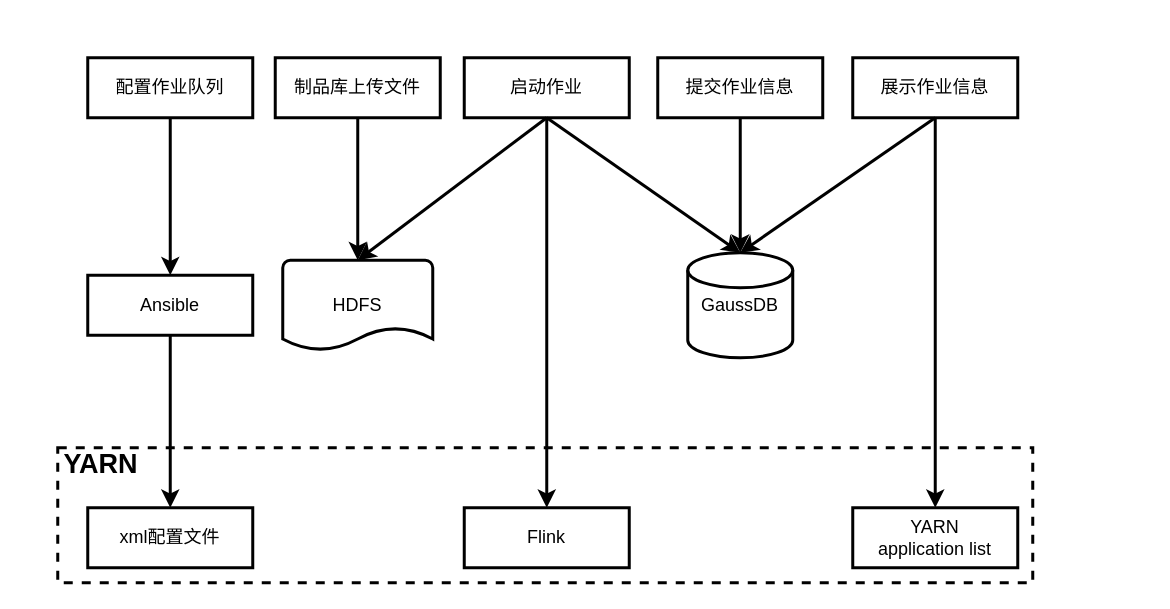
Above: DetailDesign.drawio in Janxun/graph (draw.io), before the change. Source tidied: cells renumbered, new cells numbered last; positions are measured from the earlier drawing's top-left corner, leaving out a move shared by most shapes. Both pictures are drawn from the tidied source at 150%, with x=0, y=0 at pixel (56, 57).
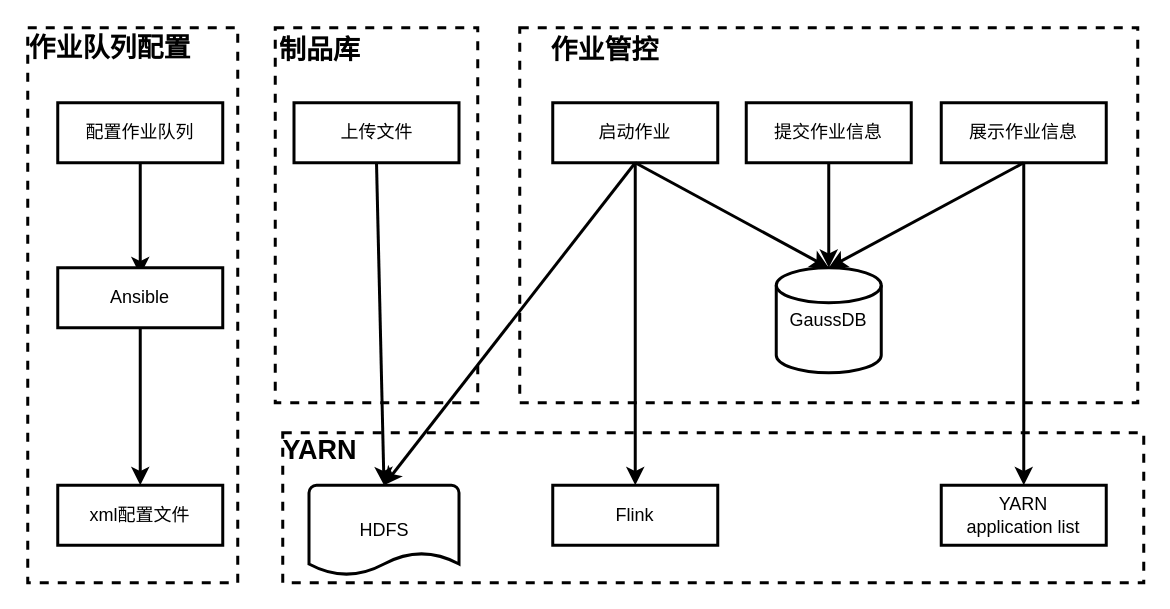
The same diagram, later.

Diff of the diagram source:
```diff
@@
+    <mxCell id="24" style="rounded=0;whiteSpace=wrap;html=1;dashed=1;strokeWidth=2;align=left;" parent="1" vertex="1">
+      <mxGeometry x="151" y="250" width="574" height="100" as="geometry" />
+    </mxCell>
+    <mxCell id="25" style="rounded=0;whiteSpace=wrap;html=1;dashed=1;strokeWidth=2;align=left;" parent="1" vertex="1">
+      <mxGeometry x="309" y="-20" width="412" height="250" as="geometry" />
+    </mxCell>
+    <mxCell id="8" style="rounded=0;whiteSpace=wrap;html=1;dashed=1;strokeWidth=2;align=left;" parent="1" vertex="1">
+      <mxGeometry x="146" y="-20" width="135" height="250" as="geometry" />
+    </mxCell>
+    <mxCell id="26" style="rounded=0;whiteSpace=wrap;html=1;dashed=1;strokeWidth=2;" parent="1" vertex="1">
+      <mxGeometry x="-19" y="-20" width="140" height="370" as="geometry" />
+    </mxCell>
     <mxCell id="2" value="提交作业信息" style="rounded=0;whiteSpace=wrap;html=1;strokeWidth=2;" parent="1" vertex="1">
-      <mxGeometry x="401" width="110" height="40" as="geometry" />
+      <mxGeometry x="460" y="30" width="110" height="40" as="geometry" />
     </mxCell>
     <mxCell id="3" value="&lt;span&gt;GaussDB&lt;/span&gt;" style="strokeWidth=2;html=1;shape=mxgraph.flowchart.database;whiteSpace=wrap;" parent="1" vertex="1">
-      <mxGeometry x="421" y="130" width="70" height="70" as="geometry" />
+      <mxGeometry x="480" y="140" width="70" height="70" as="geometry" />
     </mxCell>
-    <mxCell id="4" value="&lt;span&gt;HDFS&lt;/span&gt;" style="strokeWidth=2;html=1;shape=mxgraph.flowchart.document2;whiteSpace=wrap;size=0.25;" parent="1" vertex="1">
-      <mxGeometry x="151" y="135" width="100" height="60" as="geometry" />
-    </mxCell>
@@
     <mxCell id="6" value="展示作业信息" style="rounded=0;whiteSpace=wrap;html=1;strokeWidth=2;" parent="1" vertex="1">
-      <mxGeometry x="531" width="110" height="40" as="geometry" />
+      <mxGeometry x="590" y="30" width="110" height="40" as="geometry" />
     </mxCell>
     <mxCell id="7" value="启动作业" style="rounded=0;whiteSpace=wrap;html=1;strokeWidth=2;" parent="1" vertex="1">
-      <mxGeometry x="272" width="110" height="40" as="geometry" />
+      <mxGeometry x="331" y="30" width="110" height="40" as="geometry" />
     </mxCell>
-    <mxCell id="8" style="rounded=0;whiteSpace=wrap;html=1;dashed=1;strokeWidth=2;align=left;" parent="1" vertex="1">
-      <mxGeometry x="1" y="260" width="650" height="90" as="geometry" />
-    </mxCell>
-    <mxCell id="9" value="制品库上传文件" style="rounded=0;whiteSpace=wrap;html=1;strokeWidth=2;" parent="1" vertex="1">
-      <mxGeometry x="146" width="110" height="40" as="geometry" />
+    <mxCell id="9" value="上传文件" style="rounded=0;whiteSpace=wrap;html=1;strokeWidth=2;" parent="1" vertex="1">
+      <mxGeometry x="158.5" y="30" width="110" height="40" as="geometry" />
     </mxCell>
@@
     <mxCell id="12" value="配置作业队列" style="rounded=0;whiteSpace=wrap;html=1;strokeWidth=2;" parent="1" vertex="1">
-      <mxGeometry x="21" width="110" height="40" as="geometry" />
+      <mxGeometry x="1" y="30" width="110" height="40" as="geometry" />
     </mxCell>
@@
-    <mxCell id="14" style="endArrow=classic;html=1;rounded=0;strokeWidth=2;exitX=0.5;exitY=1;exitDx=0;exitDy=0;entryX=0.5;entryY=0;entryDx=0;entryDy=0;" parent="1" edge="1" source="12" target="15">
-      <mxGeometry relative="1" as="geometry" />
+    <mxCell id="14" style="endArrow=classic;html=1;rounded=0;strokeWidth=2;exitX=0.5;exitY=1;exitDx=0;exitDy=0;" parent="1" edge="1" source="12">
+      <mxGeometry relative="1" as="geometry">
+        <mxPoint x="56" y="145" as="targetPoint" />
+      </mxGeometry>
     </mxCell>
     <mxCell id="15" value="Ansible" style="rounded=0;whiteSpace=wrap;html=1;strokeWidth=2;" parent="1" vertex="1">
-      <mxGeometry x="21" y="145" width="110" height="40" as="geometry" />
+      <mxGeometry x="1" y="140" width="110" height="40" as="geometry" />
     </mxCell>
@@
     <mxCell id="20" value="xml配置文件" style="rounded=0;whiteSpace=wrap;html=1;strokeWidth=2;" parent="1" vertex="1">
-      <mxGeometry x="21" y="300" width="110" height="40" as="geometry" />
+      <mxGeometry x="1" y="285" width="110" height="40" as="geometry" />
     </mxCell>
+    <mxCell id="22" value="&lt;font style=&quot;font-size: 18px&quot;&gt;&lt;b&gt;YARN&lt;/b&gt;&lt;/font&gt;" style="text;html=1;strokeColor=none;fillColor=none;align=center;verticalAlign=middle;whiteSpace=wrap;rounded=0;" parent="1" vertex="1">
+      <mxGeometry x="146" y="247" width="60" height="30" as="geometry" />
+    </mxCell>
+    <mxCell id="27" value="&lt;font size=&quot;4&quot;&gt;&lt;b&gt;制品库&lt;/b&gt;&lt;/font&gt;" style="text;html=1;strokeColor=none;fillColor=none;align=center;verticalAlign=middle;whiteSpace=wrap;rounded=0;" parent="1" vertex="1">
+      <mxGeometry x="146" y="-20" width="60" height="30" as="geometry" />
+    </mxCell>
+    <mxCell id="28" value="&lt;font size=&quot;4&quot;&gt;&lt;b&gt;作业队列配置&lt;/b&gt;&lt;/font&gt;" style="text;html=1;strokeColor=none;fillColor=none;align=center;verticalAlign=middle;whiteSpace=wrap;rounded=0;" parent="1" vertex="1">
+      <mxGeometry x="-19" y="-21" width="110" height="30" as="geometry" />
+    </mxCell>
+    <mxCell id="29" value="&lt;font size=&quot;4&quot;&gt;&lt;b&gt;作业管控&lt;/b&gt;&lt;/font&gt;" style="text;html=1;strokeColor=none;fillColor=none;align=center;verticalAlign=middle;whiteSpace=wrap;rounded=0;" parent="1" vertex="1">
+      <mxGeometry x="321" y="-20" width="90" height="30" as="geometry" />
+    </mxCell>
     <mxCell id="21" value="Flink" style="rounded=0;whiteSpace=wrap;html=1;strokeWidth=2;" parent="1" vertex="1">
-      <mxGeometry x="272" y="300" width="110" height="40" as="geometry" />
+      <mxGeometry x="331" y="285" width="110" height="40" as="geometry" />
     </mxCell>
-    <mxCell id="22" value="&lt;font style=&quot;font-size: 18px&quot;&gt;&lt;b&gt;YARN&lt;/b&gt;&lt;/font&gt;" style="text;html=1;strokeColor=none;fillColor=none;align=center;verticalAlign=middle;whiteSpace=wrap;rounded=0;" parent="1" vertex="1">
-      <mxGeometry y="256" width="60" height="30" as="geometry" />
-    </mxCell>
     <mxCell id="23" value="YARN&lt;br&gt;application list" style="rounded=0;whiteSpace=wrap;html=1;strokeWidth=2;" parent="1" vertex="1">
-      <mxGeometry x="531" y="300" width="110" height="40" as="geometry" />
+      <mxGeometry x="590" y="285" width="110" height="40" as="geometry" />
     </mxCell>
+    <mxCell id="4" value="&lt;span&gt;HDFS&lt;/span&gt;" style="strokeWidth=2;html=1;shape=mxgraph.flowchart.document2;whiteSpace=wrap;size=0.25;" parent="1" vertex="1">
+      <mxGeometry x="168.5" y="285" width="100" height="60" as="geometry" />
+    </mxCell>
```
